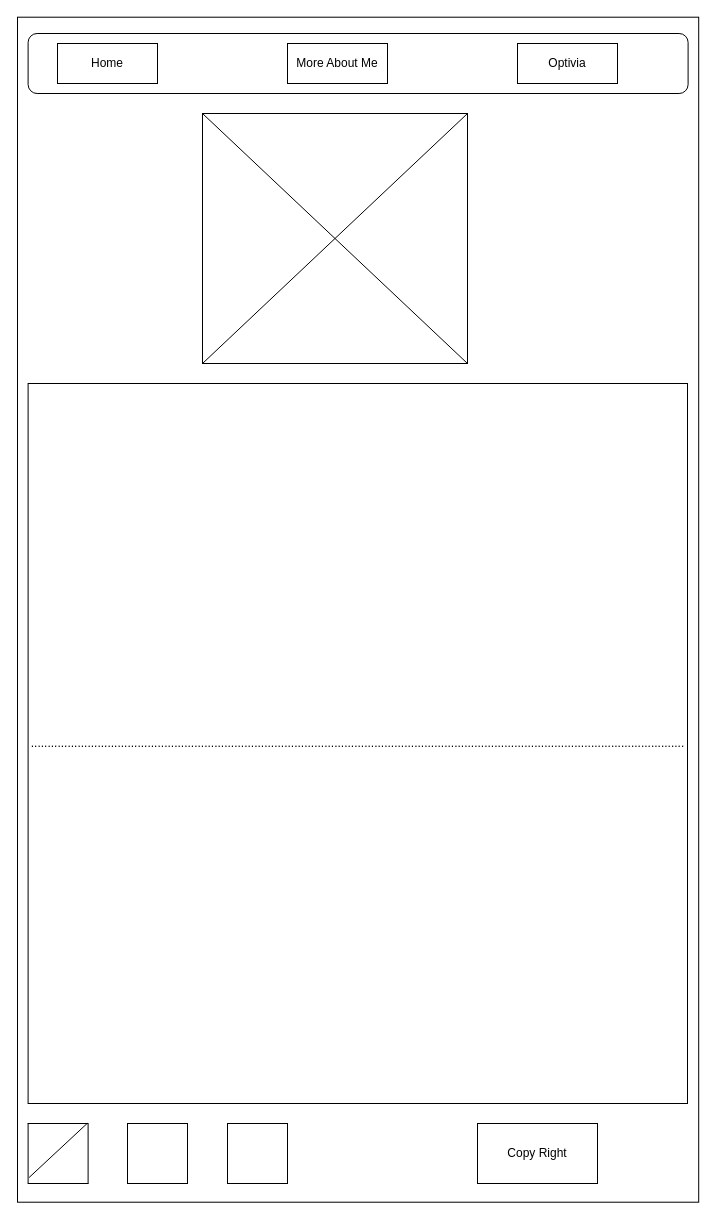
This is personal_site/images/optavia.drawio from tre23014/wdd131, a draw.io file, before an edit. Source tidied: cells renumbered, new cells numbered last; positions are measured from the earlier drawing's top-left corner, leaving out a move shared by most shapes. Both pictures are drawn from the tidied source at 100%, with x=0, y=0 at pixel (-235, 33).
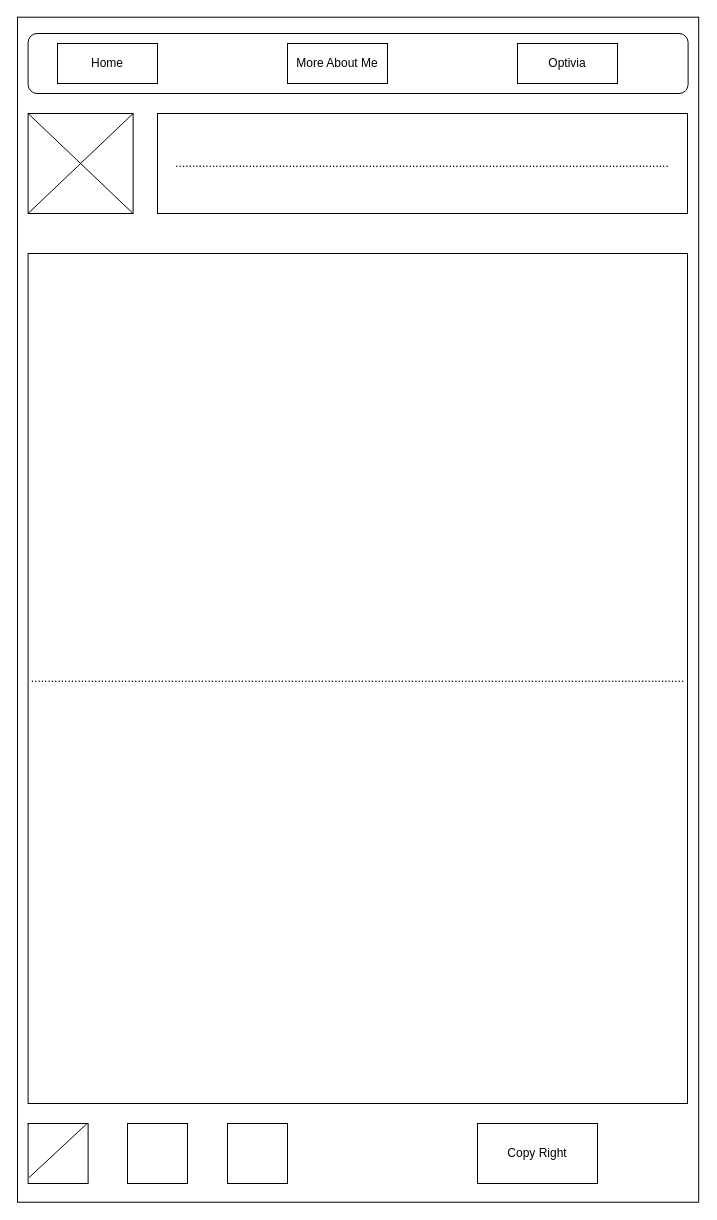
The same page after the edit.

Change to the diagram source:
```diff
@@
     <mxCell id="7" style="rounded=0;whiteSpace=wrap;html=1;" parent="1" vertex="1">
-      <mxGeometry x="437" y="80" width="265" height="250" as="geometry" />
+      <mxGeometry x="262.6" y="80" width="105" height="100" as="geometry" />
     </mxCell>
@@
-    <mxCell id="9" style="endArrow=none;html=1;rounded=0;entryX=1;entryY=0;entryDx=0;entryDy=0;" parent="1" edge="1" target="7">
-      <mxGeometry relative="1" as="geometry">
-        <mxPoint x="437" y="330" as="sourcePoint" />
-      </mxGeometry>
+    <mxCell id="9" style="endArrow=none;html=1;rounded=0;entryX=1;entryY=0;entryDx=0;entryDy=0;exitX=0;exitY=1;exitDx=0;exitDy=0;" parent="1" edge="1" source="7" target="7">
+      <mxGeometry relative="1" as="geometry" />
     </mxCell>
     <mxCell id="10" value="...................................................................................................................................................................................................." style="rounded=0;whiteSpace=wrap;html=1;" parent="1" vertex="1">
-      <mxGeometry x="262.6" y="350" width="659.4" height="720" as="geometry" />
+      <mxGeometry x="262.6" y="220" width="659.4" height="850" as="geometry" />
     </mxCell>
@@
+    <mxCell id="22" value="...................................................................................................................................................." style="rounded=0;whiteSpace=wrap;html=1;" parent="1" vertex="1">
+      <mxGeometry x="392" y="80" width="530" height="100" as="geometry" />
+    </mxCell>
```
